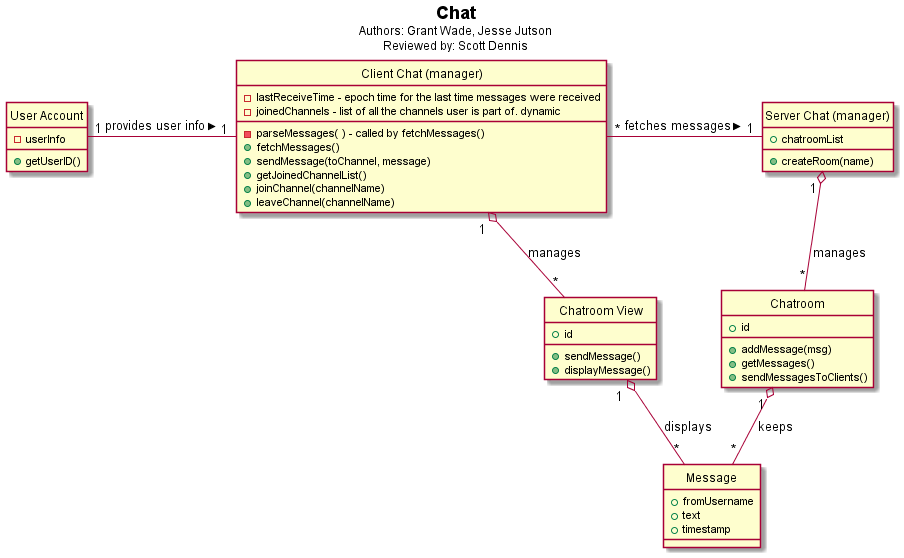
voxelv/sQuire_kw keeps this PlantUML diagram as hw3/Chat/fullChat.png. Above is the earlier version. Its diagram source:
```plantuml
@startuml
hide circle
hide empty members

Title <b>Chat</b>\n<size:12>Authors: Grant Wade, Jesse Jutson\n<size:12>Reviewed by: Scott Dennis


class "Server Chat (manager)" as chat{
	+chatroomList
	+createRoom(name)

}

class "Chatroom" as chatroom{
	+id
	+addMessage(msg)
	+getMessages()
	+sendMessagesToClients()
}



class "Client Chat (manager)" as clientChat{
	-lastReceiveTime - epoch time for the last time messages were received
	-joinedChannels - list of all the channels user is part of. dynamic

	-parseMessages( ) - called by fetchMessages()
	+fetchMessages()
	+sendMessage(toChannel, message)
	+getJoinedChannelList()
	+joinChannel(channelName)
	+leaveChannel(channelName)
}

class "Chatroom View" as clientChatroom{
	+id
	+sendMessage()
	+displayMessage()
}


class "Message" as msg{
	+fromUsername
	+text
	+timestamp
}


class "User Account" as userAccount{
	-userInfo
	+getUserID()
}


chat "1 " o-- "*" chatroom : manages
chatroom "1 " o-- "*" msg : keeps

clientChat "1  " o-- "*" clientChatroom : manages
userAccount "1" -right- "1" clientChat : provides user info >
clientChatroom "1  " o-- "*" msg : displays


clientChat "*" -r- "1" chat : fetches messages >

@enduml
```
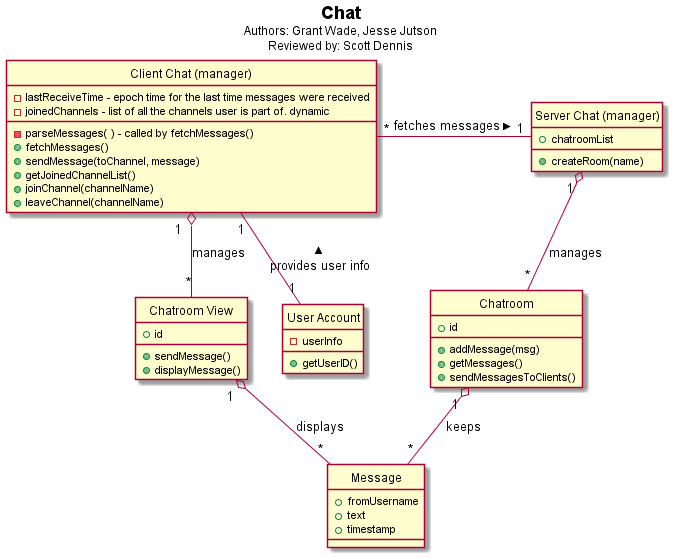
After the commit.

Commit message:
Made the diagram slimmer

Diff of the diagram source:
```diff
@@ -56,7 +56,7 @@
 chatroom "1 " o-- "*" msg : keeps
 
 clientChat "1  " o-- "*" clientChatroom : manages
-userAccount "1" -right- "1" clientChat : provides user info >
+userAccount "1" -up- "1" clientChat : provides user info >
 clientChatroom "1  " o-- "*" msg : displays
 
 
```
